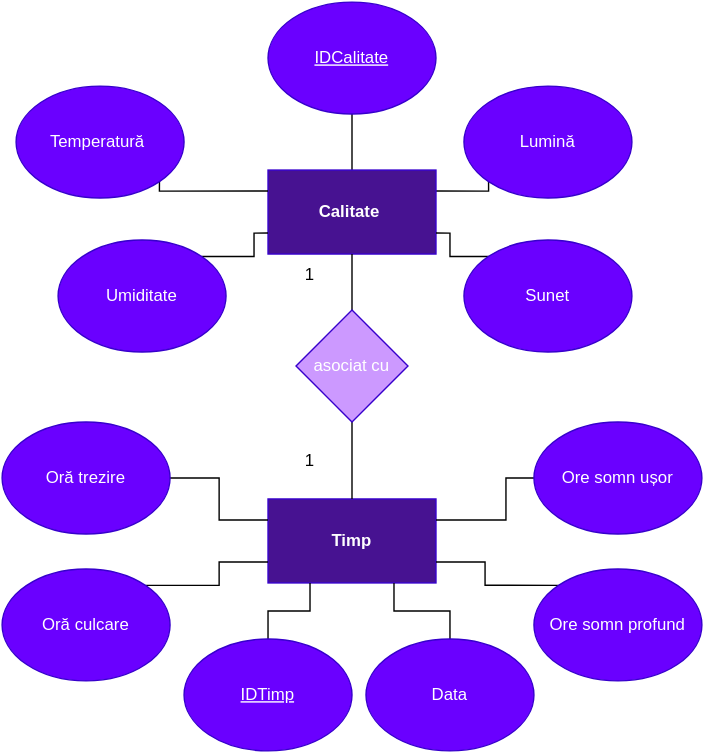
lav1510/Sleep-Well keeps this draw.io diagram as DiagramaER.drawio.svg. Above is the earlier version. Source tidied: cells renumbered, new cells last; positions are measured from the earlier drawing's top-left corner, leaving out a move shared by most shapes.
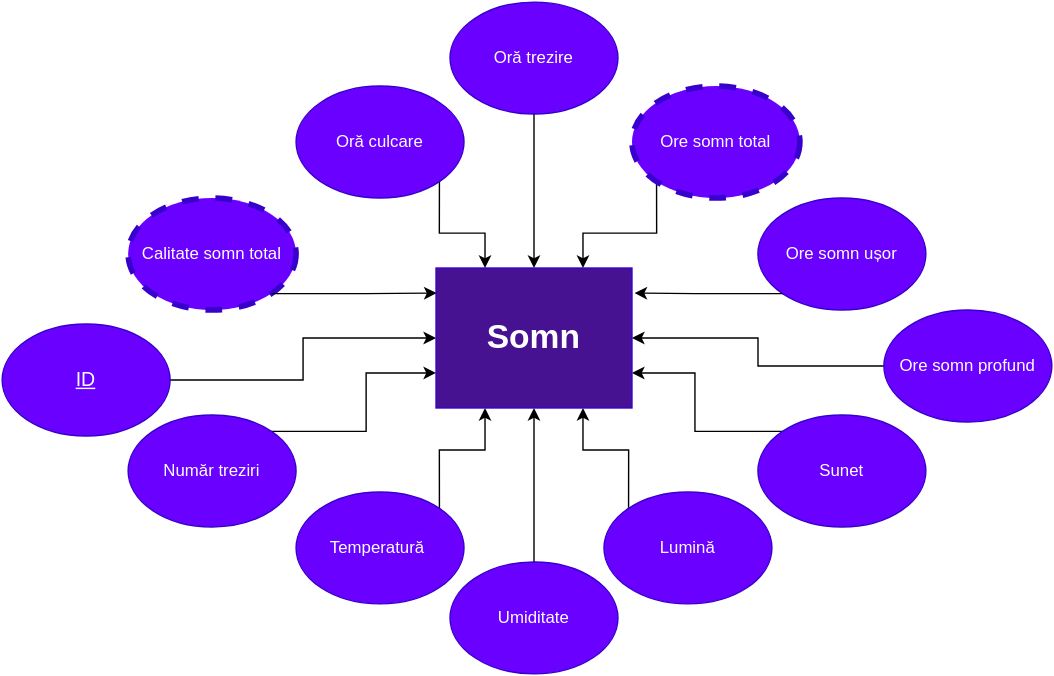
After the change.

Commit message:
Modificare Diagrama ER

The edit, as a diff of the source:
```diff
@@ -2,115 +2,80 @@
   <root>
     <mxCell id="0" />
     <mxCell id="1" parent="0" />
-    <mxCell id="2" style="edgeStyle=orthogonalEdgeStyle;rounded=0;jettySize=auto;html=1;exitX=1;exitY=0.25;exitDx=0;exitDy=0;entryX=0;entryY=1;entryDx=0;entryDy=0;endArrow=none;endFill=0;" parent="1" edge="1" source="4" target="8">
-      <mxGeometry relative="1" as="geometry" />
-    </mxCell>
-    <mxCell id="3" style="edgeStyle=orthogonalEdgeStyle;rounded=0;jettySize=auto;html=1;exitX=0.5;exitY=0;exitDx=0;exitDy=0;entryX=0.5;entryY=1;entryDx=0;entryDy=0;endArrow=none;endFill=0;" parent="1" edge="1" source="4" target="7">
-      <mxGeometry relative="1" as="geometry" />
-    </mxCell>
-    <mxCell id="4" value="Calitate&amp;nbsp;" style="rounded=0;whiteSpace=wrap;html=1;fillColor=#471291;strokeColor=#3700CC;fontColor=#ffffff;fontStyle=1;" parent="1" vertex="1">
-      <mxGeometry x="190" y="120" width="120" height="60" as="geometry" />
-    </mxCell>
-    <mxCell id="5" style="edgeStyle=orthogonalEdgeStyle;rounded=0;jettySize=auto;html=1;exitX=1;exitY=1;exitDx=0;exitDy=0;entryX=0;entryY=0.25;entryDx=0;entryDy=0;endArrow=none;endFill=0;" parent="1" edge="1" source="6" target="4">
-      <mxGeometry relative="1" as="geometry">
-        <Array as="points">
-          <mxPoint x="112" y="135" />
-        </Array>
-      </mxGeometry>
-    </mxCell>
+    <mxCell id="32" style="edgeStyle=orthogonalEdgeStyle;rounded=0;jettySize=auto;html=1;exitX=1;exitY=0;exitDx=0;exitDy=0;entryX=0.25;entryY=1;entryDx=0;entryDy=0;" parent="1" edge="1" source="6" target="14">
+      <mxGeometry relative="1" as="geometry" />
+    </mxCell>
     <mxCell id="6" value="Temperatură&amp;nbsp;" style="ellipse;whiteSpace=wrap;html=1;fillColor=#6a00ff;fontColor=#ffffff;strokeColor=#3700CC;" parent="1" vertex="1">
-      <mxGeometry x="10" y="60" width="120" height="80" as="geometry" />
+      <mxGeometry x="80" y="470" width="120" height="80" as="geometry" />
     </mxCell>
-    <mxCell id="7" value="IDCalitate" style="ellipse;whiteSpace=wrap;html=1;fillColor=#6a00ff;fontColor=#ffffff;strokeColor=#3700CC;fontStyle=4;" parent="1" vertex="1">
-      <mxGeometry x="190" width="120" height="80" as="geometry" />
-    </mxCell>
+    <mxCell id="33" style="edgeStyle=orthogonalEdgeStyle;rounded=0;jettySize=auto;html=1;exitX=0;exitY=0;exitDx=0;exitDy=0;entryX=0.75;entryY=1;entryDx=0;entryDy=0;" parent="1" edge="1" source="8" target="14">
+      <mxGeometry relative="1" as="geometry" />
+    </mxCell>
     <mxCell id="8" value="Lumină" style="ellipse;whiteSpace=wrap;html=1;fillColor=#6a00ff;fontColor=#ffffff;strokeColor=#3700CC;" parent="1" vertex="1">
-      <mxGeometry x="330" y="60" width="120" height="80" as="geometry" />
+      <mxGeometry x="300" y="470" width="120" height="80" as="geometry" />
     </mxCell>
-    <mxCell id="9" style="edgeStyle=orthogonalEdgeStyle;rounded=0;jettySize=auto;html=1;exitX=0;exitY=0;exitDx=0;exitDy=0;entryX=1;entryY=0.75;entryDx=0;entryDy=0;strokeWidth=1;endArrow=none;endFill=0;" parent="1" edge="1" source="10" target="4">
-      <mxGeometry relative="1" as="geometry">
-        <Array as="points">
-          <mxPoint x="320" y="182" />
-          <mxPoint x="320" y="165" />
-        </Array>
-      </mxGeometry>
-    </mxCell>
+    <mxCell id="34" style="edgeStyle=orthogonalEdgeStyle;rounded=0;jettySize=auto;html=1;exitX=0;exitY=0;exitDx=0;exitDy=0;entryX=1;entryY=0.75;entryDx=0;entryDy=0;" parent="1" edge="1" source="10" target="14">
+      <mxGeometry relative="1" as="geometry" />
+    </mxCell>
     <mxCell id="10" value="Sunet" style="ellipse;whiteSpace=wrap;html=1;fillColor=#6a00ff;fontColor=#ffffff;strokeColor=#3700CC;" parent="1" vertex="1">
-      <mxGeometry x="330" y="170" width="120" height="80" as="geometry" />
+      <mxGeometry x="410" y="415" width="120" height="80" as="geometry" />
     </mxCell>
-    <mxCell id="11" style="edgeStyle=orthogonalEdgeStyle;rounded=0;jettySize=auto;html=1;exitX=1;exitY=0;exitDx=0;exitDy=0;entryX=0;entryY=0.75;entryDx=0;entryDy=0;endArrow=none;endFill=0;" parent="1" edge="1" source="12" target="4">
-      <mxGeometry relative="1" as="geometry" />
-    </mxCell>
+    <mxCell id="35" style="edgeStyle=orthogonalEdgeStyle;rounded=0;jettySize=auto;html=1;exitX=0.5;exitY=0;exitDx=0;exitDy=0;entryX=0.5;entryY=1;entryDx=0;entryDy=0;" parent="1" edge="1" source="12" target="14">
+      <mxGeometry relative="1" as="geometry" />
+    </mxCell>
     <mxCell id="12" value="Umiditate" style="ellipse;whiteSpace=wrap;html=1;fillColor=#6a00ff;fontColor=#ffffff;strokeColor=#3700CC;" parent="1" vertex="1">
-      <mxGeometry x="40" y="170" width="120" height="80" as="geometry" />
+      <mxGeometry x="190" y="520" width="120" height="80" as="geometry" />
     </mxCell>
-    <mxCell id="13" style="endArrow=none;html=1;rounded=0;exitX=0.5;exitY=0;exitDx=0;exitDy=0;entryX=0.5;entryY=1;entryDx=0;entryDy=0;" parent="1" edge="1" target="4">
-      <mxGeometry relative="1" as="geometry">
-        <mxPoint x="250" y="280" as="sourcePoint" />
-      </mxGeometry>
-    </mxCell>
-    <mxCell id="14" value="Timp" style="rounded=0;whiteSpace=wrap;html=1;fillColor=#471291;strokeColor=#3700CC;fontColor=#ffffff;fontStyle=1;" parent="1" vertex="1">
-      <mxGeometry x="190" y="355" width="120" height="60" as="geometry" />
+    <mxCell id="14" value="&lt;font style=&quot;font-size: 24px;&quot;&gt;Somn&lt;/font&gt;" style="rounded=0;whiteSpace=wrap;html=1;fillColor=#471291;strokeColor=#3700CC;fontColor=#ffffff;fontStyle=1;" parent="1" vertex="1">
+      <mxGeometry x="180" y="310" width="140" height="100" as="geometry" />
     </mxCell>
-    <mxCell id="15" style="endArrow=none;html=1;rounded=0;entryX=0.5;entryY=1;entryDx=0;entryDy=0;exitX=0.5;exitY=0;exitDx=0;exitDy=0;" parent="1" edge="1" source="14">
-      <mxGeometry relative="1" as="geometry">
-        <mxPoint x="250" y="282" as="targetPoint" />
-      </mxGeometry>
-    </mxCell>
-    <mxCell id="16" style="edgeStyle=orthogonalEdgeStyle;rounded=0;jettySize=auto;html=1;exitX=0.5;exitY=0;exitDx=0;exitDy=0;entryX=0.25;entryY=1;entryDx=0;entryDy=0;endArrow=none;endFill=0;" parent="1" edge="1" source="17" target="14">
+    <mxCell id="16" style="edgeStyle=orthogonalEdgeStyle;rounded=0;jettySize=auto;html=1;exitX=1;exitY=0.5;exitDx=0;exitDy=0;entryX=0;entryY=0.5;entryDx=0;entryDy=0;" parent="1" edge="1" source="17" target="14">
       <mxGeometry relative="1" as="geometry" />
     </mxCell>
-    <mxCell id="17" value="IDTimp" style="ellipse;whiteSpace=wrap;html=1;fillColor=#6a00ff;fontColor=#ffffff;strokeColor=#3700CC;fontStyle=4;" parent="1" vertex="1">
-      <mxGeometry x="130" y="455" width="120" height="80" as="geometry" />
+    <mxCell id="17" value="&lt;font style=&quot;font-size: 14px;&quot;&gt;ID&lt;/font&gt;" style="ellipse;whiteSpace=wrap;html=1;fillColor=#6a00ff;fontColor=#ffffff;strokeColor=#3700CC;fontStyle=4;" parent="1" vertex="1">
+      <mxGeometry x="-130" y="350" width="120" height="80" as="geometry" />
     </mxCell>
-    <mxCell id="18" value="1" style="text;html=1;align=center;verticalAlign=middle;whiteSpace=wrap;rounded=0;" parent="1" vertex="1">
-      <mxGeometry x="190" y="180" width="60" height="30" as="geometry" />
-    </mxCell>
-    <mxCell id="19" value="1" style="text;html=1;align=center;verticalAlign=middle;whiteSpace=wrap;rounded=0;" parent="1" vertex="1">
-      <mxGeometry x="190" y="313" width="60" height="30" as="geometry" />
-    </mxCell>
-    <mxCell id="20" style="edgeStyle=orthogonalEdgeStyle;rounded=0;jettySize=auto;html=1;exitX=1;exitY=0.5;exitDx=0;exitDy=0;entryX=0;entryY=0.25;entryDx=0;entryDy=0;endArrow=none;endFill=0;" parent="1" edge="1" source="21" target="14">
+    <mxCell id="20" style="edgeStyle=orthogonalEdgeStyle;rounded=0;jettySize=auto;html=1;exitX=0.5;exitY=1;exitDx=0;exitDy=0;" parent="1" edge="1" source="21" target="14">
       <mxGeometry relative="1" as="geometry" />
     </mxCell>
     <mxCell id="21" value="Oră trezire" style="ellipse;whiteSpace=wrap;html=1;fillColor=#6a00ff;fontColor=#ffffff;strokeColor=#3700CC;" parent="1" vertex="1">
-      <mxGeometry y="300" width="120" height="80" as="geometry" />
+      <mxGeometry x="190" y="120" width="120" height="80" as="geometry" />
     </mxCell>
-    <mxCell id="22" style="edgeStyle=orthogonalEdgeStyle;rounded=0;jettySize=auto;html=1;exitX=1;exitY=0;exitDx=0;exitDy=0;entryX=0;entryY=0.75;entryDx=0;entryDy=0;endArrow=none;endFill=0;" parent="1" edge="1" source="23" target="14">
+    <mxCell id="22" style="edgeStyle=orthogonalEdgeStyle;rounded=0;jettySize=auto;html=1;exitX=1;exitY=1;exitDx=0;exitDy=0;entryX=0.25;entryY=0;entryDx=0;entryDy=0;" parent="1" edge="1" source="23" target="14">
       <mxGeometry relative="1" as="geometry" />
     </mxCell>
     <mxCell id="23" value="Oră culcare" style="ellipse;whiteSpace=wrap;html=1;fillColor=#6a00ff;fontColor=#ffffff;strokeColor=#3700CC;" parent="1" vertex="1">
-      <mxGeometry y="405" width="120" height="80" as="geometry" />
+      <mxGeometry x="80" y="180" width="120" height="80" as="geometry" />
     </mxCell>
-    <mxCell id="24" style="edgeStyle=orthogonalEdgeStyle;rounded=0;jettySize=auto;html=1;exitX=0;exitY=0.5;exitDx=0;exitDy=0;endArrow=none;endFill=0;entryX=1;entryY=0.25;entryDx=0;entryDy=0;" parent="1" edge="1" source="25" target="14">
-      <mxGeometry relative="1" as="geometry">
-        <Array as="points">
-          <mxPoint x="360" y="340" />
-          <mxPoint x="360" y="370" />
-        </Array>
-      </mxGeometry>
-    </mxCell>
     <mxCell id="25" value="Ore somn ușor" style="ellipse;whiteSpace=wrap;html=1;fillColor=#6a00ff;fontColor=#ffffff;strokeColor=#3700CC;" parent="1" vertex="1">
-      <mxGeometry x="380" y="300" width="120" height="80" as="geometry" />
+      <mxGeometry x="410" y="260" width="120" height="80" as="geometry" />
     </mxCell>
-    <mxCell id="26" style="edgeStyle=orthogonalEdgeStyle;rounded=0;jettySize=auto;html=1;exitX=0;exitY=0;exitDx=0;exitDy=0;entryX=1;entryY=0.75;entryDx=0;entryDy=0;endArrow=none;endFill=0;" parent="1" edge="1" source="27" target="14">
+    <mxCell id="26" style="edgeStyle=orthogonalEdgeStyle;rounded=0;jettySize=auto;html=1;exitX=0;exitY=0.5;exitDx=0;exitDy=0;entryX=1;entryY=0.5;entryDx=0;entryDy=0;" parent="1" edge="1" source="27" target="14">
       <mxGeometry relative="1" as="geometry" />
     </mxCell>
     <mxCell id="27" value="Ore somn profund" style="ellipse;whiteSpace=wrap;html=1;fillColor=#6a00ff;fontColor=#ffffff;strokeColor=#3700CC;" parent="1" vertex="1">
-      <mxGeometry x="380" y="405" width="120" height="80" as="geometry" />
+      <mxGeometry x="500" y="340" width="120" height="80" as="geometry" />
     </mxCell>
-    <mxCell id="28" style="edgeStyle=orthogonalEdgeStyle;rounded=0;jettySize=auto;html=1;exitX=0.5;exitY=0;exitDx=0;exitDy=0;entryX=0.75;entryY=1;entryDx=0;entryDy=0;endArrow=none;endFill=0;" parent="1" edge="1" source="29" target="14">
-      <mxGeometry relative="1" as="geometry" />
-    </mxCell>
-    <mxCell id="29" value="Data" style="ellipse;whiteSpace=wrap;html=1;fillColor=#6a00ff;fontColor=#ffffff;strokeColor=#3700CC;" parent="1" vertex="1">
-      <mxGeometry x="260" y="455" width="120" height="80" as="geometry" />
-    </mxCell>
-    <mxCell id="30" style="edgeStyle=orthogonalEdgeStyle;rounded=0;jettySize=auto;html=1;entryX=1;entryY=0.5;entryDx=0;entryDy=0;endArrow=none;endFill=0;" parent="1" edge="1" target="14">
-      <mxGeometry relative="1" as="geometry">
-        <mxPoint x="310" y="385" as="sourcePoint" />
-      </mxGeometry>
-    </mxCell>
-    <mxCell id="31" value="asociat cu" style="rhombus;whiteSpace=wrap;html=1;fillColor=#CC99FF;fontColor=#ffffff;strokeColor=#3700CC;" parent="1" vertex="1">
-      <mxGeometry x="210" y="220" width="80" height="80" as="geometry" />
-    </mxCell>
+    <mxCell id="36" style="edgeStyle=orthogonalEdgeStyle;rounded=0;jettySize=auto;html=1;exitX=0;exitY=1;exitDx=0;exitDy=0;entryX=0.75;entryY=0;entryDx=0;entryDy=0;" parent="1" edge="1" source="37" target="14">
+      <mxGeometry relative="1" as="geometry" />
+    </mxCell>
+    <mxCell id="37" value="Ore somn total" style="ellipse;whiteSpace=wrap;html=1;fillColor=#6a00ff;fontColor=#ffffff;strokeColor=#3700CC;dashed=1;strokeWidth=4;" parent="1" vertex="1">
+      <mxGeometry x="320" y="180" width="120" height="80" as="geometry" />
+    </mxCell>
+    <mxCell id="38" value="Calitate somn total" style="ellipse;whiteSpace=wrap;html=1;fillColor=#6a00ff;fontColor=#ffffff;strokeColor=#3700CC;dashed=1;strokeWidth=4;" parent="1" vertex="1">
+      <mxGeometry x="-40" y="260" width="120" height="80" as="geometry" />
+    </mxCell>
+    <mxCell id="39" style="edgeStyle=orthogonalEdgeStyle;rounded=0;jettySize=auto;html=1;exitX=1;exitY=0;exitDx=0;exitDy=0;entryX=0;entryY=0.75;entryDx=0;entryDy=0;" parent="1" edge="1" source="40" target="14">
+      <mxGeometry relative="1" as="geometry" />
+    </mxCell>
+    <mxCell id="40" value="Număr treziri" style="ellipse;whiteSpace=wrap;html=1;fillColor=#6a00ff;fontColor=#ffffff;strokeColor=#3700CC;" parent="1" vertex="1">
+      <mxGeometry x="-40" y="415" width="120" height="80" as="geometry" />
+    </mxCell>
+    <mxCell id="24" style="edgeStyle=orthogonalEdgeStyle;rounded=0;jettySize=auto;html=1;exitX=0;exitY=1;exitDx=0;exitDy=0;entryX=1.013;entryY=0.179;entryDx=0;entryDy=0;entryPerimeter=0;" parent="1" edge="1" source="25" target="14">
+      <mxGeometry relative="1" as="geometry" />
+    </mxCell>
+    <mxCell id="41" style="edgeStyle=orthogonalEdgeStyle;rounded=0;jettySize=auto;html=1;exitX=1;exitY=1;exitDx=0;exitDy=0;entryX=0.003;entryY=0.179;entryDx=0;entryDy=0;entryPerimeter=0;" parent="1" edge="1" source="38" target="14">
+      <mxGeometry relative="1" as="geometry" />
+    </mxCell>
   </root>
 </mxGraphModel>
```
